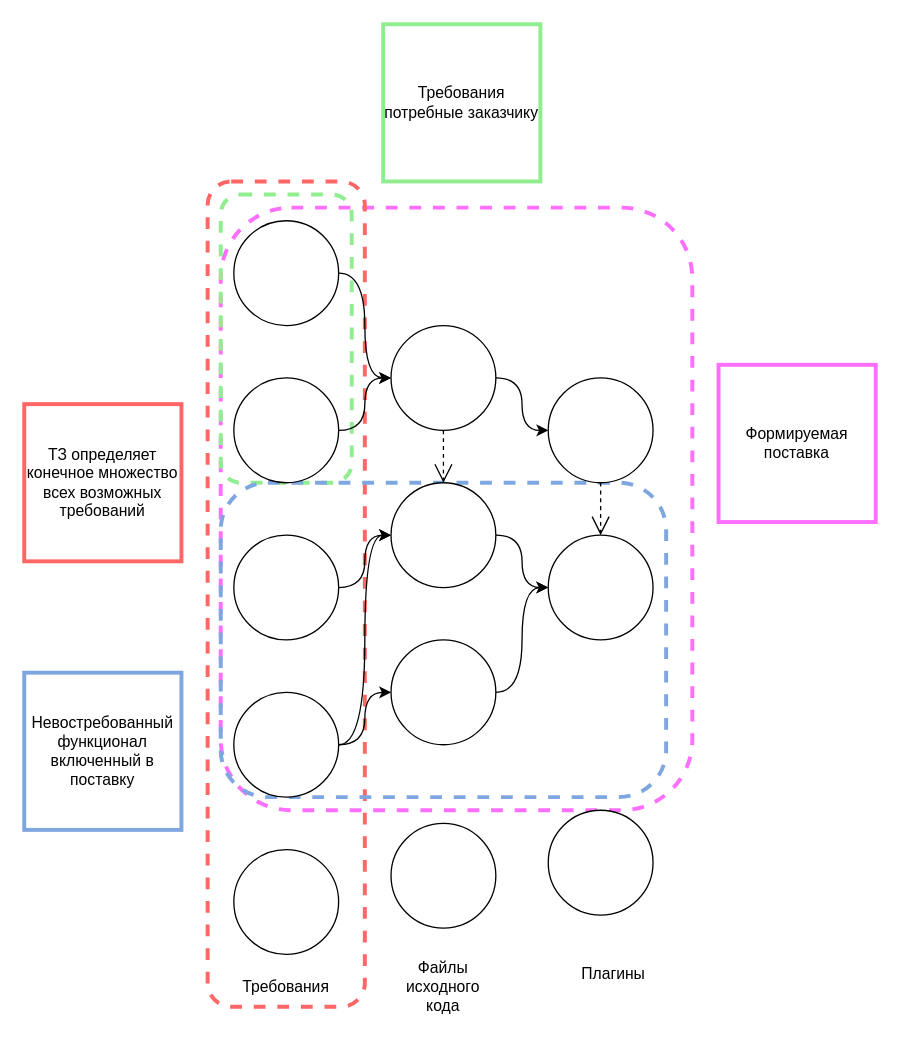
Earlier version of the draw.io diagram report/diagrams/life_circle.drawio (Dambr/AttiusBrown). Source tidied: cells renumbered, new cells numbered last; positions are measured from the earlier drawing's top-left corner, leaving out a move shared by most shapes. Both pictures are drawn from the tidied source at 131%, with x=0, y=0 at pixel (24, 24).
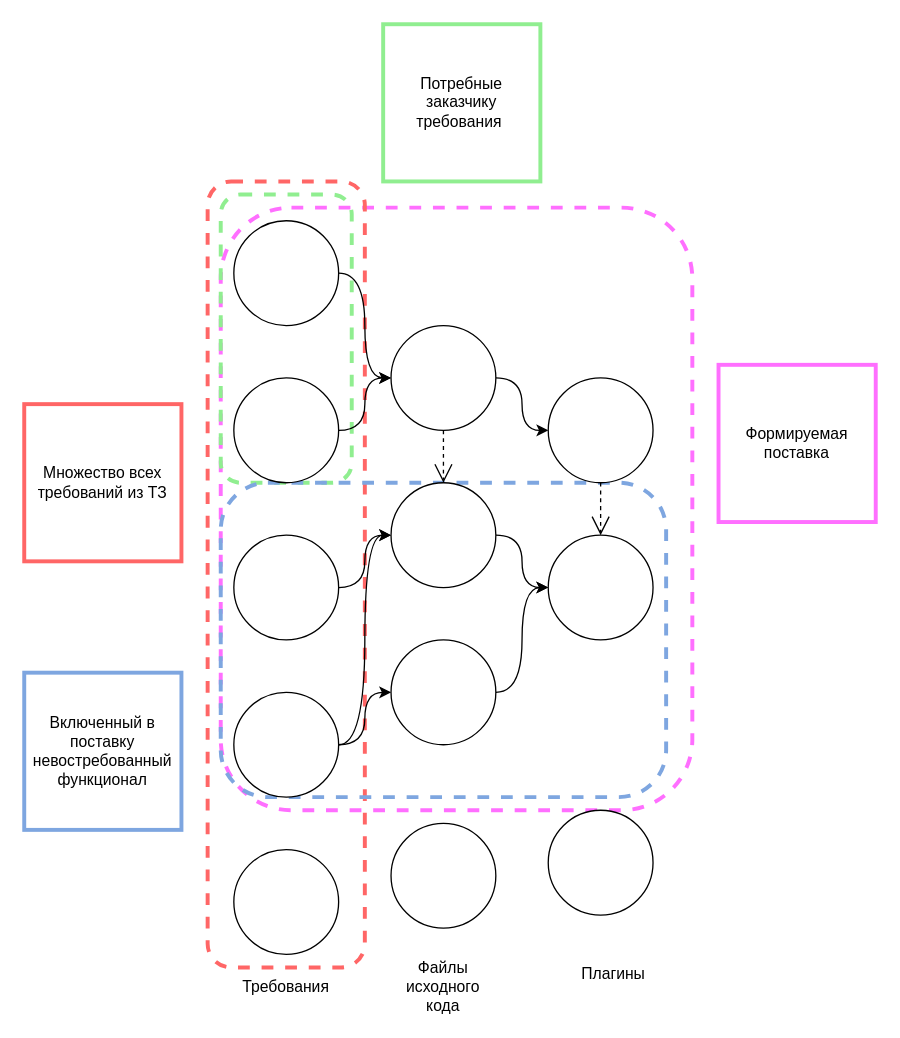
After the change.

The edit, as a diff of the source:
```diff
@@
     <mxCell id="3" style="rounded=1;whiteSpace=wrap;html=1;fillColor=none;dashed=1;strokeColor=#FF6666;strokeWidth=3;" parent="1" vertex="1">
-      <mxGeometry x="140" y="120" width="120" height="630" as="geometry" />
+      <mxGeometry x="140" y="120" width="120" height="600" as="geometry" />
     </mxCell>
@@
-    <mxCell id="6" value="ТЗ определяет конечное множество всех возможных требований" style="whiteSpace=wrap;html=1;strokeWidth=3;strokeColor=#FF6666;" parent="1" vertex="1">
+    <mxCell id="6" value="Множество всех требований из ТЗ" style="whiteSpace=wrap;html=1;strokeWidth=3;strokeColor=#FF6666;" parent="1" vertex="1">
       <mxGeometry y="290" width="120" height="120" as="geometry" />
     </mxCell>
@@
-    <mxCell id="27" value="Требования потребные заказчику" style="whiteSpace=wrap;html=1;strokeWidth=3;strokeColor=#90EE90;" parent="1" vertex="1">
+    <mxCell id="27" value="Потребные заказчику требования&amp;nbsp;" style="whiteSpace=wrap;html=1;strokeWidth=3;strokeColor=#90EE90;" parent="1" vertex="1">
       <mxGeometry x="274" width="120" height="120" as="geometry" />
     </mxCell>
@@
-    <mxCell id="32" value="Невостребованный функционал включенный в поставку" style="whiteSpace=wrap;html=1;strokeWidth=3;strokeColor=#7EA6E0;" parent="1" vertex="1">
+    <mxCell id="32" value="Включенный в поставку невостребованный функционал" style="whiteSpace=wrap;html=1;strokeWidth=3;strokeColor=#7EA6E0;" parent="1" vertex="1">
       <mxGeometry y="495" width="120" height="120" as="geometry" />
     </mxCell>
```
